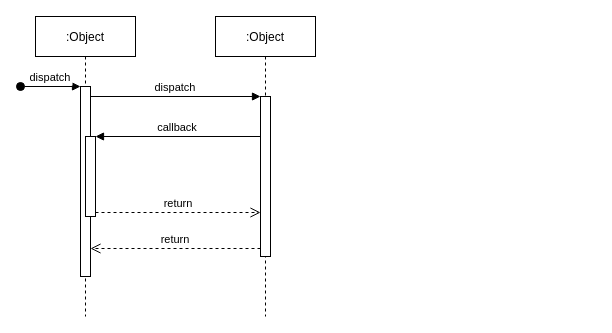
ginhoor/OnlineDocuments keeps this draw.io diagram as Untitled Diagram.drawio. Above is the earlier version. Source tidied: cells renumbered, new cells numbered last; positions are measured from the earlier drawing's top-left corner, leaving out a move shared by most shapes. Both pictures are drawn from the tidied source at 100%, with x=0, y=0 at pixel (20, 16).
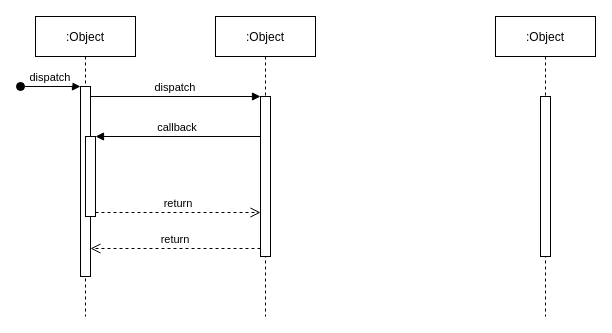
The same page after the edit.

Diff of the diagram source:
```diff
@@
 <mxGraphModel>
   <root>
     <mxCell id="0" />
     <mxCell id="1" parent="0" />
     <mxCell id="2" value=":Object" style="shape=umlLifeline;perimeter=lifelinePerimeter;rounded=0;shadow=0;strokeWidth=1;" parent="1" vertex="1">
       <mxGeometry x="15" width="100" height="300" as="geometry" />
     </mxCell>
     <mxCell id="3" style="points=[];perimeter=orthogonalPerimeter;rounded=0;shadow=0;strokeWidth=1;" parent="2" vertex="1">
       <mxGeometry x="45" y="70" width="10" height="190" as="geometry" />
     </mxCell>
     <mxCell id="4" value="dispatch" style="verticalAlign=bottom;startArrow=oval;endArrow=block;startSize=8;shadow=0;strokeWidth=1;" parent="2" edge="1" target="3">
       <mxGeometry relative="1" as="geometry">
         <mxPoint x="-15" y="70" as="sourcePoint" />
       </mxGeometry>
     </mxCell>
     <mxCell id="5" style="points=[];perimeter=orthogonalPerimeter;rounded=0;shadow=0;strokeWidth=1;" parent="2" vertex="1">
       <mxGeometry x="50" y="120" width="10" height="80" as="geometry" />
     </mxCell>
     <mxCell id="6" value=":Object" style="shape=umlLifeline;perimeter=lifelinePerimeter;rounded=0;shadow=0;strokeWidth=1;" parent="1" vertex="1">
       <mxGeometry x="195" width="100" height="300" as="geometry" />
     </mxCell>
     <mxCell id="7" style="points=[];perimeter=orthogonalPerimeter;rounded=0;shadow=0;strokeWidth=1;" parent="6" vertex="1">
       <mxGeometry x="45" y="80" width="10" height="160" as="geometry" />
     </mxCell>
     <mxCell id="8" value="return" style="verticalAlign=bottom;endArrow=open;dashed=1;endSize=8;exitX=0;exitY=0.95;shadow=0;strokeWidth=1;" parent="1" edge="1" source="7" target="3">
       <mxGeometry relative="1" as="geometry" />
     </mxCell>
     <mxCell id="9" value="dispatch" style="verticalAlign=bottom;endArrow=block;entryX=0;entryY=0;shadow=0;strokeWidth=1;" parent="1" edge="1" source="3" target="7">
       <mxGeometry relative="1" as="geometry" />
     </mxCell>
     <mxCell id="10" value="callback" style="verticalAlign=bottom;endArrow=block;entryX=1;entryY=0;shadow=0;strokeWidth=1;" parent="1" edge="1" source="7" target="5">
       <mxGeometry relative="1" as="geometry" />
     </mxCell>
     <mxCell id="11" value="return" style="verticalAlign=bottom;endArrow=open;dashed=1;endSize=8;exitX=1;exitY=0.95;shadow=0;strokeWidth=1;" parent="1" edge="1" source="5" target="7">
       <mxGeometry relative="1" as="geometry" />
     </mxCell>
+    <mxCell id="12" value=":Object" style="shape=umlLifeline;perimeter=lifelinePerimeter;rounded=0;shadow=0;strokeWidth=1;" parent="1" vertex="1">
+      <mxGeometry x="475" width="100" height="300" as="geometry" />
+    </mxCell>
+    <mxCell id="13" style="perimeter=orthogonalPerimeter;rounded=0;shadow=0;strokeWidth=1;" parent="12" vertex="1">
+      <mxGeometry x="45" y="80" width="10" height="160" as="geometry" />
+    </mxCell>
   </root>
 </mxGraphModel>
```
